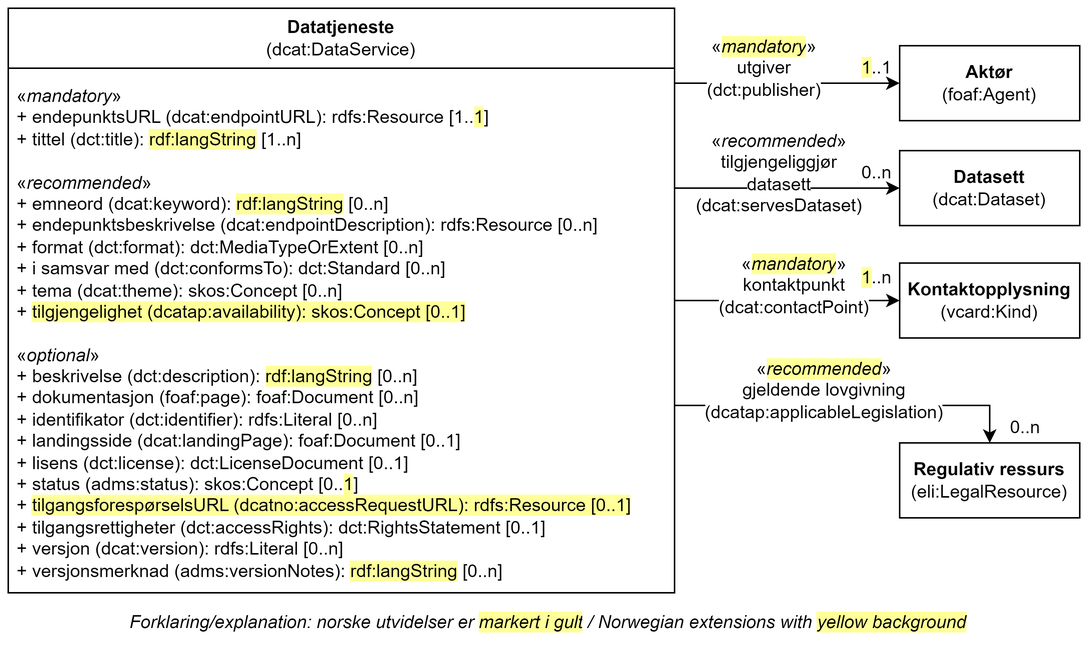
Informasjonsforvaltning/dcat-ap-no keeps this draw.io diagram as docs/images/Klassen-Datatjeneste.png. Above is the earlier version. Source tidied: cells renumbered, new cells last; positions are measured from the earlier drawing's top-left corner, leaving out a move shared by most shapes.
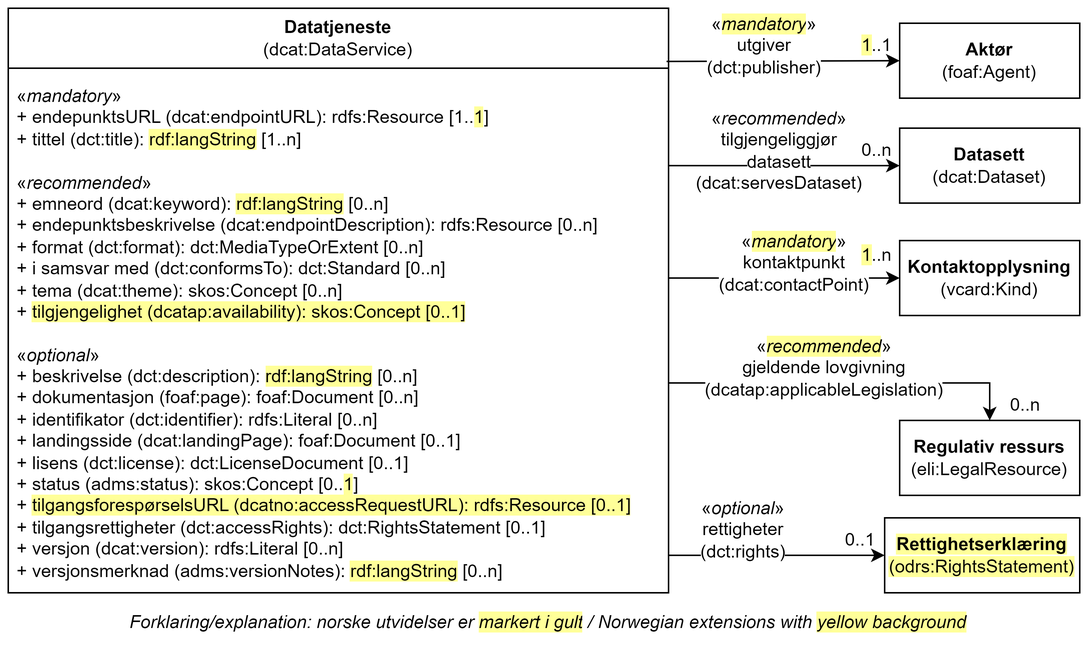
The same diagram one commit later.

Diff of the diagram source:
```diff
@@ -3,7 +3,7 @@
     <mxCell id="0" />
     <mxCell id="1" parent="0" />
     <mxCell id="2" value="Datatjeneste&lt;br&gt;&lt;span style=&quot;font-weight: normal;&quot;&gt;(dcat:DataService)&lt;/span&gt;" style="swimlane;whiteSpace=wrap;html=1;startSize=40;" parent="1" vertex="1">
-      <mxGeometry width="444" height="390" as="geometry" />
+      <mxGeometry y="15" width="440" height="390" as="geometry" />
     </mxCell>
     <mxCell id="3" value="«&lt;i style=&quot;&quot;&gt;mandatory&lt;/i&gt;»&lt;br&gt;&lt;div&gt;+ endepunktsURL (dcat:endpointURL): rdfs:Resource [1..&lt;span style=&quot;background-color: rgb(255, 255, 153);&quot;&gt;1&lt;/span&gt;]&lt;/div&gt;&lt;div&gt;&lt;span style=&quot;background-color: initial;&quot;&gt;+ tittel (dct:title): &lt;/span&gt;&lt;span style=&quot;background-color: rgb(255, 255, 153);&quot;&gt;rdf:langString&lt;/span&gt;&lt;span style=&quot;background-color: initial;&quot;&gt; [1..n]&lt;/span&gt;&lt;br&gt;&lt;/div&gt;&lt;div&gt;&lt;br&gt;&lt;/div&gt;&lt;div&gt;&lt;div style=&quot;border-color: var(--border-color);&quot;&gt;«&lt;i style=&quot;border-color: var(--border-color);&quot;&gt;recommended&lt;/i&gt;»&lt;/div&gt;&lt;div style=&quot;border-color: var(--border-color);&quot;&gt;&lt;span style=&quot;background-color: initial;&quot;&gt;+ emneord (dcat:keyword):&amp;nbsp;&lt;/span&gt;&lt;span style=&quot;background-color: rgb(255, 255, 153);&quot;&gt;rdf:langString&lt;/span&gt;&lt;span style=&quot;background-color: initial;&quot;&gt;&amp;nbsp;[0..n]&lt;/span&gt;&lt;br&gt;&lt;/div&gt;&lt;div style=&quot;border-color: var(--border-color);&quot;&gt;+ endepunktsbeskrivelse (dcat:endpointDescription): rdfs:Resource [0..n]&lt;/div&gt;&lt;div style=&quot;border-color: var(--border-color);&quot;&gt;+ format (dct:format): dct:MediaTypeOrExtent [0..n]&lt;/div&gt;&lt;div style=&quot;border-color: var(--border-color);&quot;&gt;&lt;span style=&quot;background-color: initial;&quot;&gt;+ i samsvar med (dct:conformsTo): dct:Standard [0..n]&lt;/span&gt;&lt;br&gt;&lt;/div&gt;&lt;/div&gt;&lt;div style=&quot;border-color: var(--border-color);&quot;&gt;+ tema (dcat:theme): skos:Concept [0..n]&lt;br&gt;&lt;/div&gt;&lt;div style=&quot;border-color: var(--border-color);&quot;&gt;+ &lt;span style=&quot;background-color: rgb(255, 255, 153);&quot;&gt;tilgjengelighet (dcatap:availability): skos:Concept [0..1]&lt;/span&gt;&lt;br&gt;&lt;/div&gt;&lt;div style=&quot;border-color: var(--border-color);&quot;&gt;&lt;br&gt;&lt;/div&gt;&lt;div style=&quot;border-color: var(--border-color);&quot;&gt;&lt;div style=&quot;border-color: var(--border-color);&quot;&gt;«&lt;i style=&quot;border-color: var(--border-color);&quot;&gt;optional&lt;/i&gt;»&lt;/div&gt;&lt;div style=&quot;border-color: var(--border-color);&quot;&gt;+ beskrivelse (dct:description):&amp;nbsp;&lt;span style=&quot;background-color: rgb(255, 255, 153);&quot;&gt;rdf:langString&lt;/span&gt;&amp;nbsp;[0..n]&lt;/div&gt;&lt;div style=&quot;border-color: var(--border-color);&quot;&gt;+&amp;nbsp;&lt;span style=&quot;border-color: var(--border-color);&quot;&gt;dokumentasjon (foaf:page): foaf:Document [0..n]&lt;/span&gt;&lt;br&gt;&lt;/div&gt;&lt;div&gt;+ identifikator (dct:identifier): rdfs:Literal [0..n]&lt;/div&gt;&lt;div style=&quot;border-color: var(--border-color);&quot;&gt;&lt;span style=&quot;background-color: initial;&quot;&gt;+ landingsside (dcat:landingPage): foaf:Document [0..1]&lt;/span&gt;&lt;br&gt;&lt;/div&gt;&lt;div style=&quot;border-color: var(--border-color);&quot;&gt;+ lisens (dct:license): dct:LicenseDocument [0..1]&lt;/div&gt;&lt;div style=&quot;border-color: var(--border-color);&quot;&gt;+ status (adms:status): skos:Concept [0..&lt;span style=&quot;background-color: rgb(255, 255, 153);&quot;&gt;1&lt;/span&gt;]&lt;/div&gt;+&amp;nbsp;&lt;span style=&quot;background-color: rgb(255, 255, 153);&quot;&gt;tilgangsforespørselsURL (dcatno:accessRequestURL): rdfs:Resource [0..1]&lt;/span&gt;&lt;br&gt;&lt;div style=&quot;border-color: var(--border-color);&quot;&gt;+ tilgangsrettigheter (dct:accessRights): dct:RightsStatement [0..1]&lt;/div&gt;&lt;div style=&quot;border-color: var(--border-color);&quot;&gt;+ versjon (dcat:version): rdfs:Literal [0..n]&lt;br style=&quot;border-color: var(--border-color);&quot;&gt;+ versjonsmerknad (adms:versionNotes):&amp;nbsp;&lt;span style=&quot;background-color: rgb(255, 255, 153);&quot;&gt;rdf:langString&lt;/span&gt;&amp;nbsp;[0..n]&lt;br&gt;&lt;/div&gt;&lt;/div&gt;" style="text;strokeColor=none;fillColor=none;align=left;verticalAlign=top;spacingLeft=4;spacingRight=4;overflow=hidden;whiteSpace=wrap;html=1;fontStyle=0;" parent="2" vertex="1">
       <mxGeometry y="45" width="430" height="335" as="geometry" />
@@ -14,10 +14,8 @@
     <mxCell id="5" value="&lt;b&gt;Datasett&lt;/b&gt;&lt;br&gt;(dcat:Dataset)" style="rounded=0;whiteSpace=wrap;html=1;" parent="1" vertex="1">
       <mxGeometry x="594" y="95" width="120" height="50" as="geometry" />
     </mxCell>
-    <mxCell id="6" style="endArrow=classic;html=1;rounded=0;entryX=0;entryY=0.5;entryDx=0;entryDy=0;" parent="1" edge="1" target="4">
-      <mxGeometry relative="1" as="geometry">
-        <mxPoint x="444" y="50" as="sourcePoint" />
-      </mxGeometry>
+    <mxCell id="6" style="endArrow=classic;html=1;rounded=0;entryX=0;entryY=0.5;entryDx=0;entryDy=0;exitX=0.997;exitY=0.091;exitDx=0;exitDy=0;exitPerimeter=0;" parent="1" edge="1" source="2" target="4">
+      <mxGeometry relative="1" as="geometry" />
     </mxCell>
     <mxCell id="7" value="&lt;div&gt;&lt;span style=&quot;background-color: rgb(255, 255, 255);&quot;&gt;«&lt;/span&gt;&lt;i style=&quot;background-color: rgb(255, 255, 153);&quot;&gt;mandatory&lt;/i&gt;&lt;span style=&quot;background-color: rgb(255, 255, 255);&quot;&gt;»&lt;/span&gt;&lt;/div&gt;&lt;div&gt;&lt;span style=&quot;background-color: rgb(255, 255, 255);&quot;&gt;utgiver (dct:publisher)&lt;/span&gt;&lt;/div&gt;" style="text;html=1;strokeColor=none;fillColor=none;align=center;verticalAlign=middle;whiteSpace=wrap;rounded=0;" parent="1" vertex="1">
       <mxGeometry x="474" y="25" width="60" height="30" as="geometry" />
@@ -30,7 +28,7 @@
     </mxCell>
     <mxCell id="10" style="endArrow=classic;html=1;rounded=0;entryX=0;entryY=0.5;entryDx=0;entryDy=0;" parent="1" edge="1" target="5">
       <mxGeometry relative="1" as="geometry">
-        <mxPoint x="444" y="120" as="sourcePoint" />
+        <mxPoint x="440" y="120" as="sourcePoint" />
       </mxGeometry>
     </mxCell>
     <mxCell id="11" value="&lt;div&gt;&lt;span style=&quot;background-color: rgb(255, 255, 255);&quot;&gt;«&lt;i&gt;recommended&lt;/i&gt;»&lt;/span&gt;&lt;/div&gt;&lt;div&gt;&lt;span style=&quot;background-color: rgb(255, 255, 255);&quot;&gt;tilgjengeliggjør datasett (dcat:servesDataset)&lt;/span&gt;&lt;/div&gt;" style="text;html=1;strokeColor=none;fillColor=none;align=center;verticalAlign=middle;whiteSpace=wrap;rounded=0;" parent="1" vertex="1">
@@ -41,7 +39,7 @@
     </mxCell>
     <mxCell id="13" style="endArrow=classic;html=1;rounded=0;entryX=0;entryY=0.5;entryDx=0;entryDy=0;" parent="1" edge="1" target="12">
       <mxGeometry relative="1" as="geometry">
-        <mxPoint x="444" y="195" as="sourcePoint" />
+        <mxPoint x="440" y="195" as="sourcePoint" />
       </mxGeometry>
     </mxCell>
     <mxCell id="14" value="&lt;span style=&quot;background-color: rgb(255, 255, 255);&quot;&gt;«&lt;/span&gt;&lt;i style=&quot;border-color: var(--border-color); text-align: left; background-color: rgb(255, 255, 153);&quot;&gt;mandatory&lt;/i&gt;&lt;span style=&quot;background-color: rgb(255, 255, 255); text-align: left;&quot;&gt;»&lt;br&gt;&lt;/span&gt;&lt;span style=&quot;background-color: rgb(255, 255, 255);&quot;&gt;kontaktpunkt&lt;/span&gt;&lt;br&gt;&lt;span style=&quot;background-color: rgb(255, 255, 255);&quot;&gt;(dcat:contactPoint)&lt;/span&gt;" style="text;html=1;strokeColor=none;fillColor=none;align=center;verticalAlign=middle;whiteSpace=wrap;rounded=0;" parent="1" vertex="1">
@@ -58,7 +56,7 @@
     </mxCell>
     <mxCell id="18" style="endArrow=classic;html=1;rounded=0;entryX=0.5;entryY=0;entryDx=0;entryDy=0;" parent="1" edge="1" target="16">
       <mxGeometry relative="1" as="geometry">
-        <mxPoint x="444" y="265" as="sourcePoint" />
+        <mxPoint x="440" y="265" as="sourcePoint" />
         <Array as="points">
           <mxPoint x="654" y="265" />
         </Array>
@@ -68,7 +66,21 @@
       <mxGeometry x="514" y="240" width="60" height="30" as="geometry" />
     </mxCell>
     <mxCell id="20" value="Forklaring/explanation: norske utvidelser er&amp;nbsp;&lt;span style=&quot;background-color: rgb(255, 255, 153);&quot;&gt;markert i gult&lt;/span&gt;&lt;span style=&quot;background-color: rgb(255 , 255 , 255)&quot;&gt;&amp;nbsp;/&amp;nbsp;Norwegian extensions with &lt;/span&gt;&lt;span style=&quot;background-color: rgb(255, 255, 153);&quot;&gt;yellow background&lt;/span&gt;" style="text;html=1;strokeColor=none;fillColor=none;align=center;verticalAlign=middle;whiteSpace=wrap;rounded=0;fontStyle=2;" parent="1" vertex="1">
-      <mxGeometry x="20" y="400" width="680" height="20" as="geometry" />
+      <mxGeometry x="20" y="415" width="680" height="20" as="geometry" />
     </mxCell>
+    <mxCell id="21" value="&lt;span style=&quot;background-color: rgb(255, 255, 153);&quot;&gt;&lt;b&gt;Rettighetserklæring&lt;/b&gt;&lt;br&gt;(odrs:RightsStatement)&lt;/span&gt;" style="html=1;whiteSpace=wrap;" parent="1" vertex="1">
+      <mxGeometry x="584" y="355" width="130" height="50" as="geometry" />
+    </mxCell>
+    <mxCell id="22" style="endArrow=classic;html=1;rounded=0;entryX=0;entryY=0.5;entryDx=0;entryDy=0;" parent="1" edge="1" target="21">
+      <mxGeometry relative="1" as="geometry">
+        <mxPoint x="440" y="380" as="sourcePoint" />
+      </mxGeometry>
+    </mxCell>
+    <mxCell id="23" value="&lt;span style=&quot;background-color: rgb(255, 255, 255);&quot;&gt;«&lt;i style=&quot;&quot;&gt;optional&lt;/i&gt;»&lt;br&gt;&lt;span style=&quot;color: rgb(0, 0, 0); font-family: Helvetica; font-size: 12px; font-style: normal; font-variant-ligatures: normal; font-variant-caps: normal; font-weight: 400; letter-spacing: normal; orphans: 2; text-align: left; text-indent: 0px; text-transform: none; widows: 2; word-spacing: 0px; -webkit-text-stroke-width: 0px; white-space: normal; text-decoration-thickness: initial; text-decoration-style: initial; text-decoration-color: initial; float: none; display: inline !important;&quot;&gt;rettigheter (dct:rights)&lt;/span&gt;&lt;/span&gt;&lt;div&gt;&lt;br&gt;&lt;/div&gt;" style="text;html=1;align=center;verticalAlign=middle;whiteSpace=wrap;rounded=0;" parent="1" vertex="1">
+      <mxGeometry x="460" y="355" width="60" height="30" as="geometry" />
+    </mxCell>
+    <mxCell id="24" value="0..1" style="text;html=1;strokeColor=none;fillColor=none;align=center;verticalAlign=middle;whiteSpace=wrap;rounded=0;" parent="1" vertex="1">
+      <mxGeometry x="552" y="360" width="32" height="20" as="geometry" />
+    </mxCell>
   </root>
 </mxGraphModel>
```
